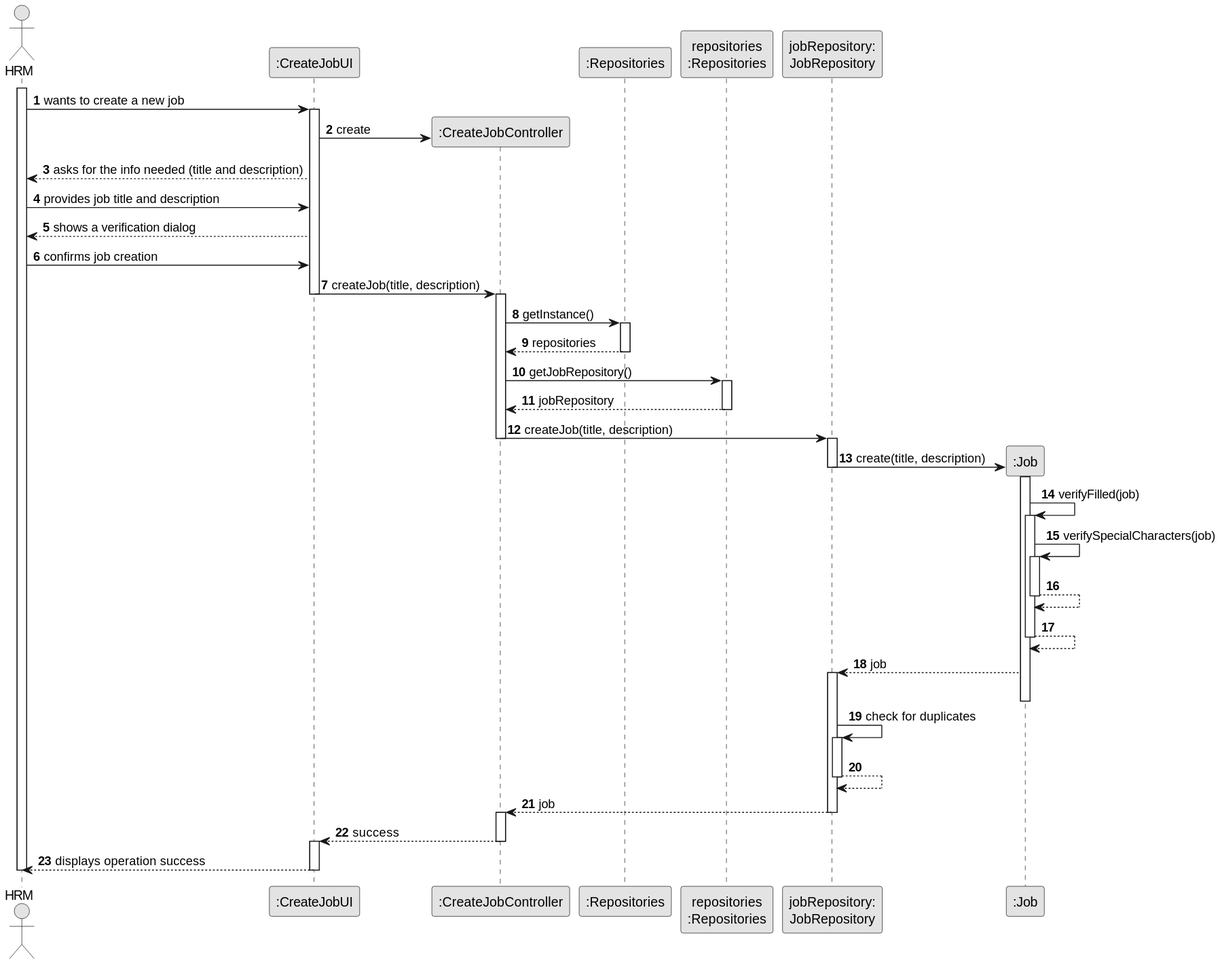
ricardomm7/leaflink keeps this PlantUML diagram as docs/sprintB/us002/03.design/svg/us002-sequence-diagram-full.svg. Above is the earlier version. The source it was exported from:
```plantuml
@startuml
skinparam monochrome true
skinparam packageStyle rectangle
skinparam shadowing false

autonumber

actor "HRM" as Employee
participant ":CreateJobUI" as UI
participant ":CreateJobController" as CTRL
participant ":Repositories" as GlobRepo
participant "repositories\n:Repositories" as PLAT
participant "jobRepository:\nJobRepository" as jobRepository
participant ":Job" as Job

activate Employee
Employee -> UI : wants to create a new job
activate UI
UI -> CTRL** : create
UI --> Employee : asks for the info needed (title and description)
Employee -> UI : provides job title and description
UI --> Employee : shows a verification dialog
Employee -> UI : confirms job creation


UI -> CTRL : createJob(title, description)
deactivate UI
activate CTRL
CTRL -> GlobRepo : getInstance()
activate GlobRepo
GlobRepo --> CTRL : repositories
deactivate GlobRepo

CTRL -> PLAT : getJobRepository()
activate PLAT
PLAT -->  CTRL: jobRepository
deactivate PLAT

CTRL -> jobRepository : createJob(title, description)
deactivate CTRL
activate jobRepository

    jobRepository -> Job** : create(title, description)
    deactivate jobRepository

        activate Job

    Job -> Job : verifyFilled(job)
        activate Job
        Job -> Job : verifySpecialCharacters(job)
        activate Job
        Job --> Job
        deactivate Job
    Job --> Job
    deactivate Job
    Job --> jobRepository : job
    activate jobRepository
    deactivate Job
    jobRepository -> jobRepository : check for duplicates
    activate jobRepository
    jobRepository --> jobRepository
    deactivate jobRepository
    deactivate Job
jobRepository --> CTRL : job
deactivate jobRepository
activate CTRL
deactivate jobRepository

CTRL --> UI : success
deactivate CTRL
activate UI
UI --> Employee : displays operation success

deactivate UI
deactivate Employee
@enduml
```
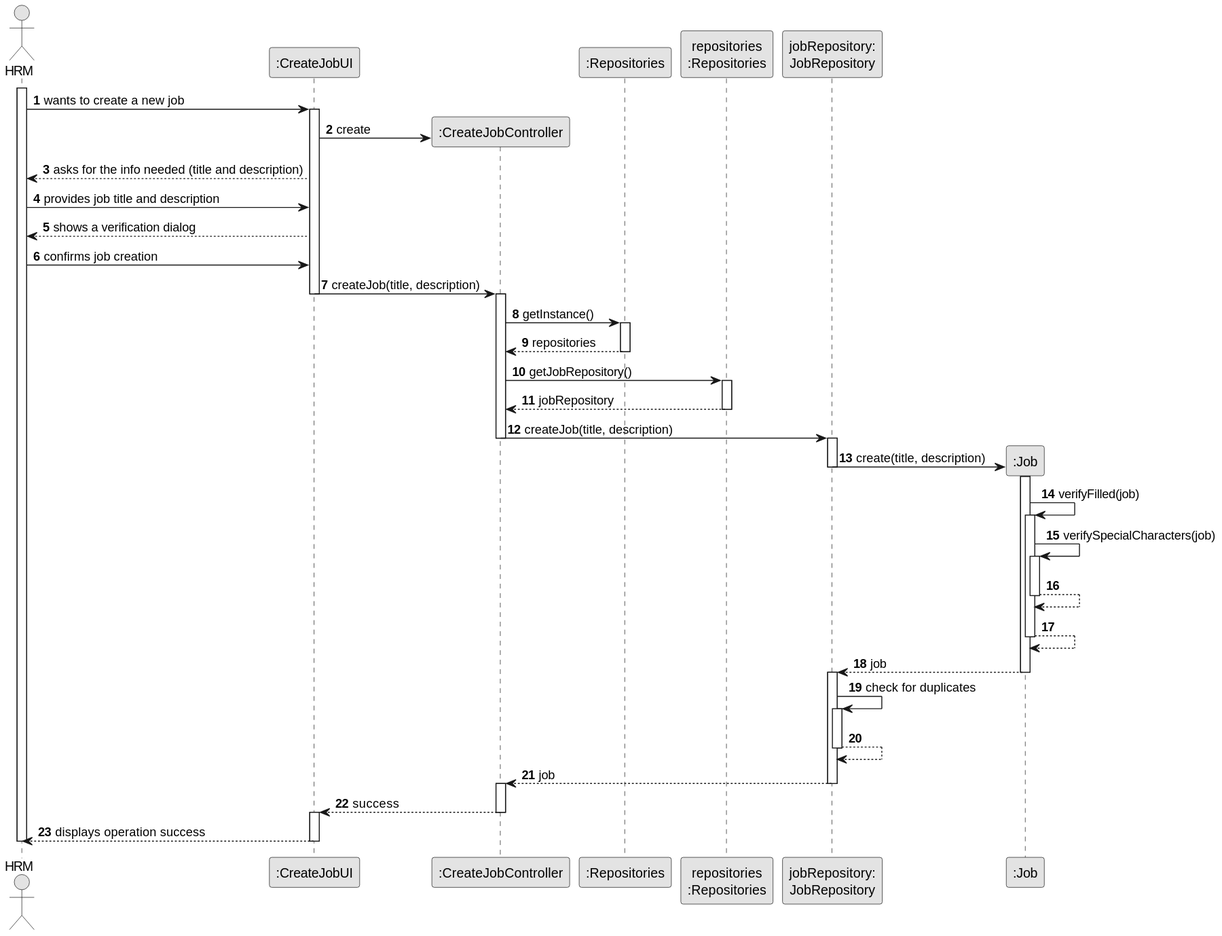
The same file after the commit.

Diff of the diagram source:
```diff
@@ -54,8 +54,9 @@
     Job --> Job
     deactivate Job
     Job --> jobRepository : job
+    deactivate Job
     activate jobRepository
-    deactivate Job
+
     jobRepository -> jobRepository : check for duplicates
     activate jobRepository
     jobRepository --> jobRepository
```
